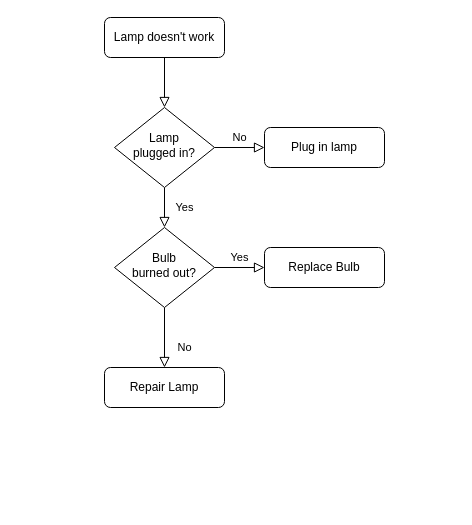
Above: hangman_flow_chart.drawio in KesiZija/KesiZija (draw.io), before the change. Source tidied: cells renumbered, new cells numbered last; positions are measured from the earlier drawing's top-left corner, leaving out a move shared by most shapes. Both pictures are drawn from the tidied source at 100%, with x=0, y=0 at pixel (104, 17).
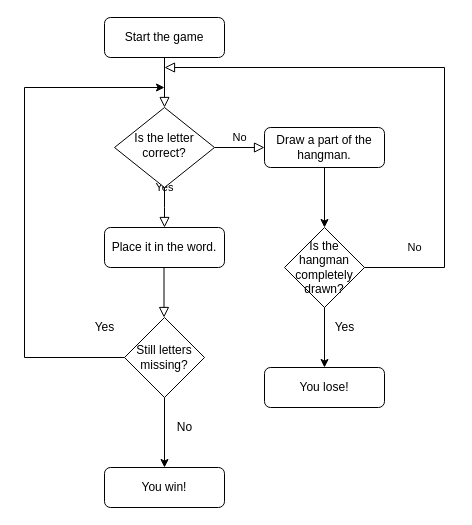
Above is the later version.

What changed in the source:
```diff
@@
-    <mxCell id="3" value="Lamp doesn't work" style="rounded=1;whiteSpace=wrap;html=1;fontSize=12;glass=0;strokeWidth=1;shadow=0;" parent="1" vertex="1">
+    <mxCell id="3" value="Start the game" style="rounded=1;whiteSpace=wrap;html=1;fontSize=12;glass=0;strokeWidth=1;shadow=0;" parent="1" vertex="1">
       <mxGeometry width="120" height="40" as="geometry" />
     </mxCell>
-    <mxCell id="4" value="Yes" style="rounded=0;html=1;jettySize=auto;fontSize=11;endArrow=block;endFill=0;endSize=8;strokeWidth=1;shadow=0;labelBackgroundColor=none;edgeStyle=orthogonalEdgeStyle;" parent="1" edge="1" source="6" target="10">
-      <mxGeometry y="20" relative="1" as="geometry" />
+    <mxCell id="4" value="Yes" style="rounded=0;html=1;jettySize=auto;fontSize=11;endArrow=block;endFill=0;endSize=8;strokeWidth=1;shadow=0;labelBackgroundColor=none;edgeStyle=orthogonalEdgeStyle;" parent="1" edge="1" source="6">
+      <mxGeometry y="20" relative="1" as="geometry">
+        <mxPoint x="60" y="210" as="targetPoint" />
+      </mxGeometry>
     </mxCell>
@@
-    <mxCell id="6" value="Lamp&lt;br&gt;plugged in?" style="rhombus;whiteSpace=wrap;html=1;shadow=0;fontFamily=Helvetica;fontSize=12;align=center;strokeWidth=1;spacing=6;spacingTop=-4;" parent="1" vertex="1">
+    <mxCell id="6" value="Is the letter correct?" style="rhombus;whiteSpace=wrap;html=1;shadow=0;fontFamily=Helvetica;fontSize=12;align=center;strokeWidth=1;spacing=6;spacingTop=-4;" parent="1" vertex="1">
       <mxGeometry x="10" y="90" width="100" height="80" as="geometry" />
     </mxCell>
-    <mxCell id="7" value="Plug in lamp" style="rounded=1;whiteSpace=wrap;html=1;fontSize=12;glass=0;strokeWidth=1;shadow=0;" parent="1" vertex="1">
+    <mxCell id="7" value="Draw a part of the hangman." style="rounded=1;whiteSpace=wrap;html=1;fontSize=12;glass=0;strokeWidth=1;shadow=0;" parent="1" vertex="1">
       <mxGeometry x="160" y="110" width="120" height="40" as="geometry" />
     </mxCell>
-    <mxCell id="8" value="No" style="rounded=0;html=1;jettySize=auto;fontSize=11;endArrow=block;endFill=0;endSize=8;strokeWidth=1;shadow=0;labelBackgroundColor=none;edgeStyle=orthogonalEdgeStyle;" parent="1" edge="1" source="10" target="11">
-      <mxGeometry x="0.33" y="20" relative="1" as="geometry" />
-    </mxCell>
-    <mxCell id="9" value="Yes" style="edgeStyle=orthogonalEdgeStyle;rounded=0;html=1;jettySize=auto;fontSize=11;endArrow=block;endFill=0;endSize=8;strokeWidth=1;shadow=0;labelBackgroundColor=none;" parent="1" edge="1" source="10" target="12">
-      <mxGeometry y="10" relative="1" as="geometry" />
-    </mxCell>
-    <mxCell id="10" value="Bulb&lt;br&gt;burned out?" style="rhombus;whiteSpace=wrap;html=1;shadow=0;fontFamily=Helvetica;fontSize=12;align=center;strokeWidth=1;spacing=6;spacingTop=-4;" parent="1" vertex="1">
-      <mxGeometry x="10" y="210" width="100" height="80" as="geometry" />
-    </mxCell>
-    <mxCell id="11" value="Repair Lamp" style="rounded=1;whiteSpace=wrap;html=1;fontSize=12;glass=0;strokeWidth=1;shadow=0;" parent="1" vertex="1">
-      <mxGeometry y="350" width="120" height="40" as="geometry" />
-    </mxCell>
-    <mxCell id="12" value="Replace Bulb" style="rounded=1;whiteSpace=wrap;html=1;fontSize=12;glass=0;strokeWidth=1;shadow=0;" parent="1" vertex="1">
-      <mxGeometry x="160" y="230" width="120" height="40" as="geometry" />
+    <mxCell id="12" value="Place it in the word." style="rounded=1;whiteSpace=wrap;html=1;fontSize=12;glass=0;strokeWidth=1;shadow=0;" parent="1" vertex="1">
+      <mxGeometry y="210" width="120" height="40" as="geometry" />
     </mxCell>
+    <mxCell id="13" value="Still letters missing?" style="rhombus;whiteSpace=wrap;html=1;" parent="1" vertex="1">
+      <mxGeometry x="20" y="300" width="80" height="80" as="geometry" />
+    </mxCell>
+    <mxCell id="14" style="rounded=0;html=1;jettySize=auto;orthogonalLoop=1;fontSize=11;endArrow=block;endFill=0;endSize=8;strokeWidth=1;shadow=0;labelBackgroundColor=none;edgeStyle=orthogonalEdgeStyle;" parent="1" edge="1">
+      <mxGeometry relative="1" as="geometry">
+        <mxPoint x="59.5" y="250" as="sourcePoint" />
+        <mxPoint x="59.5" y="300" as="targetPoint" />
+      </mxGeometry>
+    </mxCell>
+    <mxCell id="15" style="endArrow=none;html=1;rounded=0;" parent="1" edge="1" source="13">
+      <mxGeometry relative="1" as="geometry">
+        <mxPoint x="-80" y="340" as="targetPoint" />
+      </mxGeometry>
+    </mxCell>
+    <mxCell id="16" style="endArrow=none;html=1;rounded=0;" parent="1" edge="1">
+      <mxGeometry relative="1" as="geometry">
+        <mxPoint x="-80" y="340" as="sourcePoint" />
+        <mxPoint x="-80" y="70" as="targetPoint" />
+      </mxGeometry>
+    </mxCell>
+    <mxCell id="17" style="endArrow=classic;html=1;rounded=0;" parent="1" edge="1">
+      <mxGeometry relative="1" as="geometry">
+        <mxPoint x="-80" y="70" as="sourcePoint" />
+        <mxPoint x="60" y="70" as="targetPoint" />
+      </mxGeometry>
+    </mxCell>
+    <mxCell id="18" value="Yes" style="text;html=1;align=center;verticalAlign=middle;strokeColor=none;fillColor=none;" parent="1" vertex="1">
+      <mxGeometry x="-20" y="295" width="40" height="30" as="geometry" />
+    </mxCell>
+    <mxCell id="19" style="endArrow=classic;html=1;rounded=0;exitX=0.5;exitY=1;exitDx=0;exitDy=0;" parent="1" edge="1" source="13">
+      <mxGeometry relative="1" as="geometry">
+        <mxPoint x="60" y="450" as="targetPoint" />
+      </mxGeometry>
+    </mxCell>
+    <mxCell id="20" value="You win!" style="rounded=1;whiteSpace=wrap;html=1;fontSize=12;glass=0;strokeWidth=1;shadow=0;" parent="1" vertex="1">
+      <mxGeometry y="450" width="120" height="40" as="geometry" />
+    </mxCell>
+    <mxCell id="21" value="No" style="text;html=1;align=center;verticalAlign=middle;strokeColor=none;fillColor=none;" parent="1" vertex="1">
+      <mxGeometry x="60" y="395" width="40" height="30" as="geometry" />
+    </mxCell>
+    <mxCell id="22" style="endArrow=classic;html=1;rounded=0;exitX=0.5;exitY=1;exitDx=0;exitDy=0;" parent="1" edge="1" source="7">
+      <mxGeometry relative="1" as="geometry">
+        <mxPoint x="220" y="210" as="targetPoint" />
+      </mxGeometry>
+    </mxCell>
+    <mxCell id="23" value="Is the hangman completely drawn?" style="rhombus;whiteSpace=wrap;html=1;" parent="1" vertex="1">
+      <mxGeometry x="180" y="210" width="80" height="80" as="geometry" />
+    </mxCell>
+    <mxCell id="24" style="endArrow=classic;html=1;rounded=0;exitX=0.5;exitY=1;exitDx=0;exitDy=0;" parent="1" edge="1" source="23">
+      <mxGeometry relative="1" as="geometry">
+        <mxPoint x="220" y="350" as="targetPoint" />
+      </mxGeometry>
+    </mxCell>
+    <mxCell id="25" value="You lose!" style="rounded=1;whiteSpace=wrap;html=1;fontSize=12;glass=0;strokeWidth=1;shadow=0;" parent="1" vertex="1">
+      <mxGeometry x="160" y="350" width="120" height="40" as="geometry" />
+    </mxCell>
+    <mxCell id="26" value="Yes" style="text;html=1;align=center;verticalAlign=middle;strokeColor=none;fillColor=none;" parent="1" vertex="1">
+      <mxGeometry x="220" y="295" width="40" height="30" as="geometry" />
+    </mxCell>
+    <mxCell id="27" value="No" style="rounded=0;html=1;jettySize=auto;fontSize=11;endArrow=block;endFill=0;endSize=8;strokeWidth=1;shadow=0;labelBackgroundColor=none;edgeStyle=orthogonalEdgeStyle;exitX=1;exitY=0.5;exitDx=0;exitDy=0;" parent="1" edge="1" source="23">
+      <mxGeometry x="-0.82" y="20" relative="1" as="geometry">
+        <mxPoint x="60" y="50" as="targetPoint" />
+        <Array as="points">
+          <mxPoint x="340" y="250" />
+          <mxPoint x="340" y="50" />
+        </Array>
+      </mxGeometry>
+    </mxCell>
```
